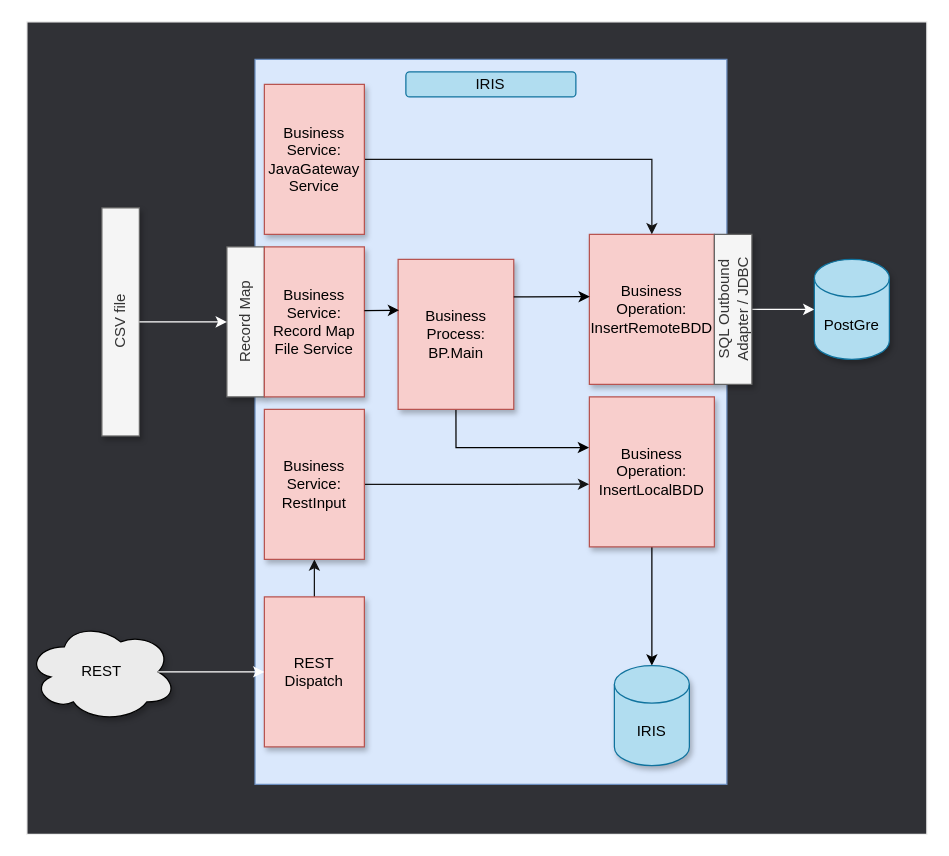
Above: misc/img/FrameworkAdapted.drawio in grongierisc/formation-template (draw.io), before the change. Source tidied: cells renumbered, new cells numbered last; positions are measured from the earlier drawing's top-left corner, leaving out a move shared by most shapes. Both pictures are drawn from the tidied source at 125%, with x=0, y=0 at pixel (26, 21).
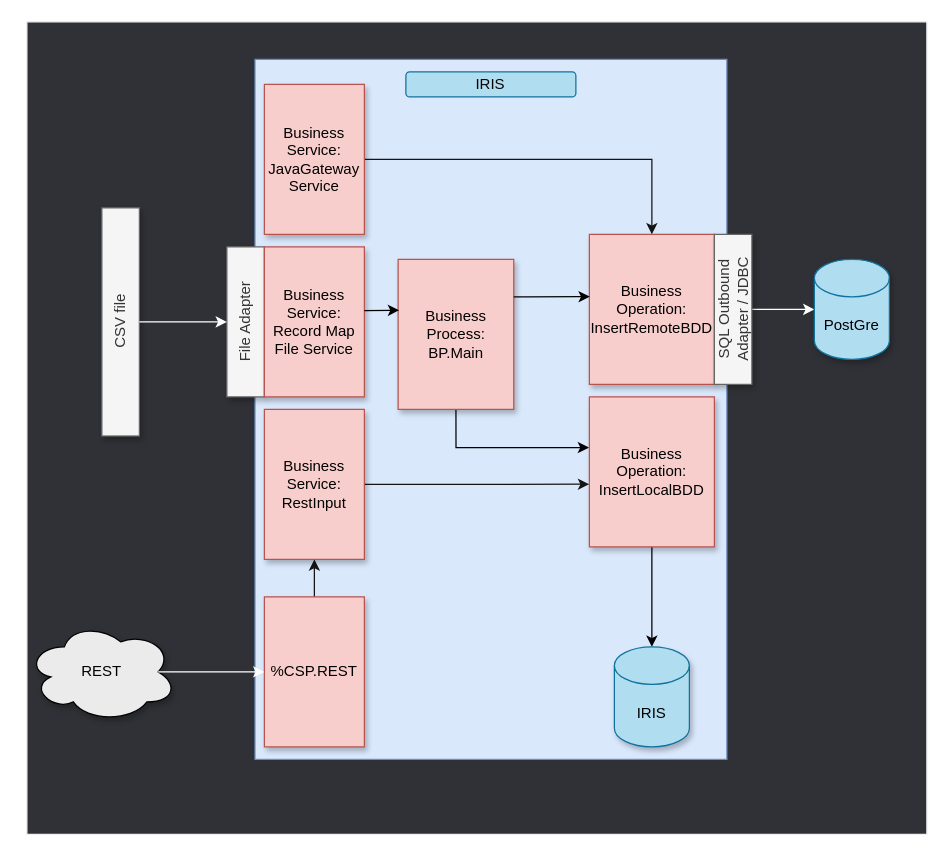
After the change.

The edit, as a diff of the source:
```diff
@@
     <mxCell id="3" style="rounded=0;whiteSpace=wrap;html=1;horizontal=1;verticalAlign=top;strokeColor=#6c8ebf;glass=0;shadow=0;sketch=0;fillColor=#dae8fc;" parent="1" vertex="1">
-      <mxGeometry x="182.5" y="30" width="377.5" height="580" as="geometry" />
+      <mxGeometry x="182.5" y="30" width="377.5" height="560" as="geometry" />
     </mxCell>
@@
-    <mxCell id="6" value="Record Map" style="rounded=0;whiteSpace=wrap;html=1;verticalAlign=middle;horizontal=0;fillColor=#f5f5f5;strokeColor=#666666;fontColor=#333333;shadow=1;" parent="1" vertex="1">
+    <mxCell id="6" value="File Adapter" style="rounded=0;whiteSpace=wrap;html=1;verticalAlign=middle;horizontal=0;fillColor=#f5f5f5;strokeColor=#666666;fontColor=#333333;shadow=1;" parent="1" vertex="1">
       <mxGeometry x="160" y="180" width="30" height="120" as="geometry" />
     </mxCell>
@@
-    <mxCell id="14" value="&lt;font color=&quot;#000000&quot;&gt;REST Dispatch&lt;/font&gt;" style="rounded=0;whiteSpace=wrap;html=1;verticalAlign=middle;fillColor=#f8cecc;strokeColor=#b85450;shadow=1;" parent="1" vertex="1">
+    <mxCell id="14" value="&lt;font color=&quot;#000000&quot;&gt;%CSP.REST&lt;/font&gt;" style="rounded=0;whiteSpace=wrap;html=1;verticalAlign=middle;fillColor=#f8cecc;strokeColor=#b85450;shadow=1;" parent="1" vertex="1">
       <mxGeometry x="190" y="460" width="80" height="120" as="geometry" />
     </mxCell>
@@
     <mxCell id="16" value="&lt;div&gt;&lt;font color=&quot;#000000&quot;&gt;IRIS&lt;/font&gt;&lt;/div&gt;" style="shape=cylinder3;whiteSpace=wrap;html=1;boundedLbl=1;backgroundOutline=1;size=15;rounded=0;shadow=1;glass=0;sketch=0;fillColor=#b1ddf0;align=center;verticalAlign=middle;strokeColor=#10739e;" parent="1" vertex="1">
-      <mxGeometry x="470" y="515" width="60" height="80" as="geometry" />
+      <mxGeometry x="470" y="500" width="60" height="80" as="geometry" />
     </mxCell>
```
